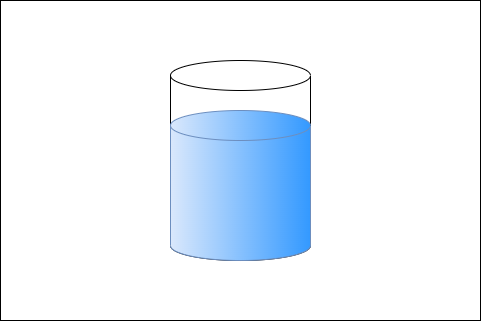
The draw.io diagram images/tanks/simple_tank_type_75.png in CrayJThiemsert/iot_theapp, before a commit. Source tidied: cells renumbered, new cells last; positions are measured from the earlier drawing's top-left corner, leaving out a move shared by most shapes.
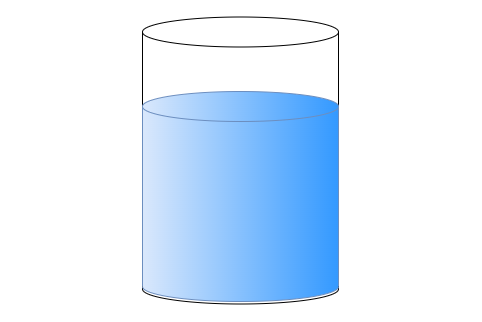
After the change.

Commit message:
- Added "Tank Filled Level" notification settings in the device detail screen.

Diff of the diagram source:
```diff
@@ -2,14 +2,14 @@
   <root>
     <mxCell id="0" />
     <mxCell id="1" parent="0" />
-    <mxCell id="2" style="rounded=0;whiteSpace=wrap;html=1;" parent="1" vertex="1">
-      <mxGeometry width="480" height="320" as="geometry" />
+    <mxCell id="2" style="rounded=0;whiteSpace=wrap;html=1;strokeColor=none;fillColor=none;" parent="1" vertex="1">
+      <mxGeometry x="720" width="480" height="320" as="geometry" />
     </mxCell>
     <mxCell id="3" style="shape=cylinder3;whiteSpace=wrap;html=1;boundedLbl=1;backgroundOutline=1;size=15;rotation=0;" parent="1" vertex="1">
-      <mxGeometry x="170" y="60" width="140" height="200" as="geometry" />
+      <mxGeometry x="862" y="16.5" width="196" height="287" as="geometry" />
     </mxCell>
     <mxCell id="4" style="shape=cylinder3;whiteSpace=wrap;html=1;boundedLbl=1;backgroundOutline=1;size=15;rotation=0;fillColor=#dae8fc;gradientColor=#3399FF;strokeColor=#6c8ebf;gradientDirection=east;" parent="1" vertex="1">
-      <mxGeometry x="170" y="110" width="140" height="150" as="geometry" />
+      <mxGeometry x="862" y="91" width="196" height="210" as="geometry" />
     </mxCell>
   </root>
 </mxGraphModel>
```
